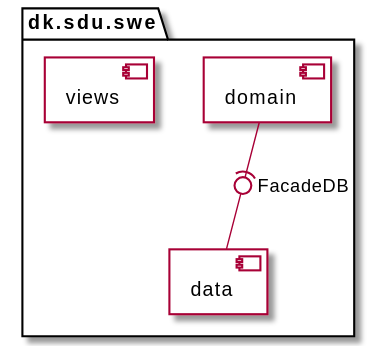
amatzen/SE02-SE-G02-SPRO keeps this PlantUML diagram as uml/class_diagrams/component_diagrams/component_diagram.svg. Above is the earlier version.
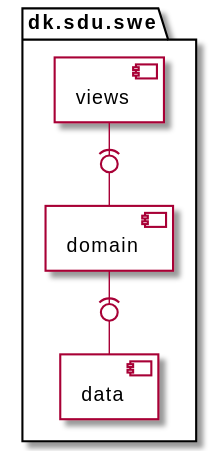
The same diagram one commit later.

Diff of the diagram source:
```diff
@@ -10,7 +10,8 @@
 component "views" as views {
 }
 
-domain -(0- data : FacadeDB
+domain -(0- data
+views -(0- domain
 
 }
 
```
